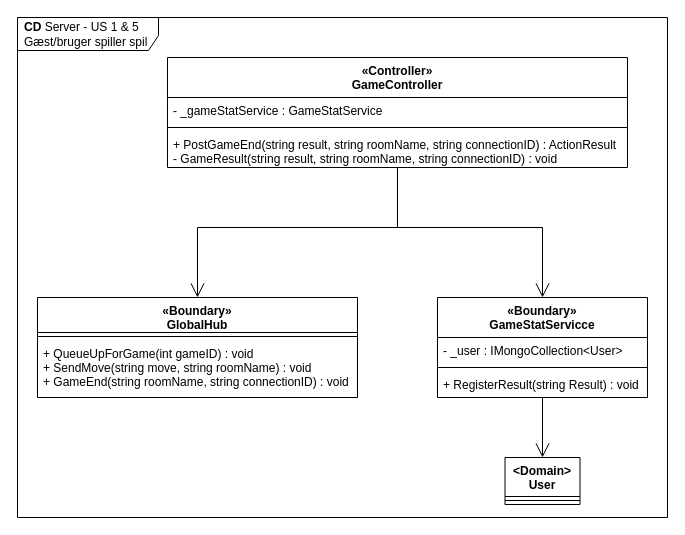
Before: page "CD-Server" (3 of 3) of diagrams/arkitektur/US1&5_spil.drawio in Macradon/I7BAC-PlugNPlay, a draw.io diagram. Source tidied: cells renumbered, new cells numbered last; positions are measured from the earlier drawing's top-left corner, leaving out a move shared by most shapes. Both pictures are drawn from the tidied source at 100%, with x=0, y=0 at pixel (17, 17).
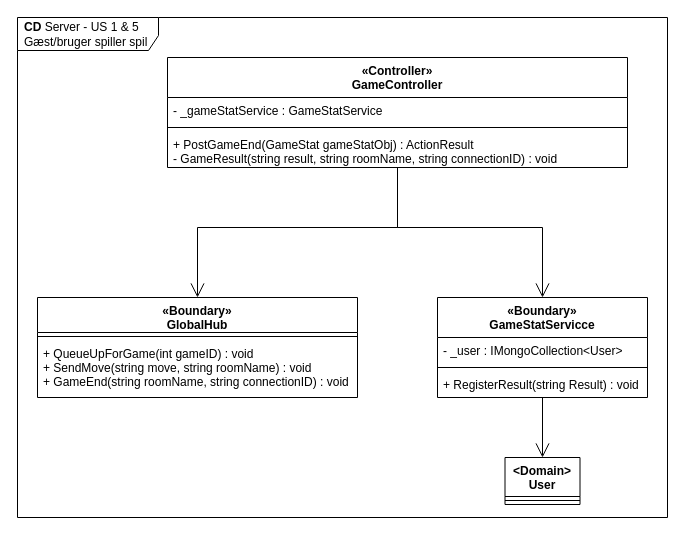
The same diagram, later.

Diff of the diagram source:
```diff
@@
 <mxGraphModel>
   <root>
     <mxCell id="0" />
     <mxCell id="1" parent="0" />
     <mxCell id="2" value="&lt;b&gt;CD&lt;/b&gt;&amp;nbsp;Server - US 1 &amp;amp; 5&lt;br&gt;Gæst/bruger spiller spil" style="shape=umlFrame;whiteSpace=wrap;html=1;width=141;height=33;boundedLbl=1;verticalAlign=middle;align=left;spacingLeft=5;" parent="1" vertex="1">
       <mxGeometry width="650" height="500" as="geometry" />
     </mxCell>
     <mxCell id="3" value="«Boundary»&#10;GlobalHub" style="swimlane;fontStyle=1;align=center;verticalAlign=top;horizontal=1;startSize=35;" parent="1" vertex="1">
       <mxGeometry x="20" y="280" width="320" height="100" as="geometry" />
     </mxCell>
     <mxCell id="4" style="line;strokeWidth=1;fillColor=none;align=left;verticalAlign=middle;spacingTop=-1;spacingLeft=3;spacingRight=3;labelPosition=right;" parent="3" vertex="1">
       <mxGeometry y="35" width="320" height="8" as="geometry" />
     </mxCell>
     <mxCell id="5" value="+ QueueUpForGame(int gameID) : void&#10;+ SendMove(string move, string roomName) : void&#10;+ GameEnd(string roomName, string connectionID) : void" style="text;strokeColor=none;fillColor=none;align=left;verticalAlign=top;spacingLeft=4;spacingRight=4;overflow=hidden;" parent="3" vertex="1">
       <mxGeometry y="43" width="320" height="57" as="geometry" />
     </mxCell>
     <mxCell id="6" style="edgeStyle=orthogonalEdgeStyle;rounded=0;jettySize=auto;html=1;endArrow=open;endFill=0;endSize=12;" parent="1" edge="1" source="8" target="3">
       <mxGeometry relative="1" as="geometry" />
     </mxCell>
     <mxCell id="7" style="edgeStyle=orthogonalEdgeStyle;rounded=0;jettySize=auto;html=1;endArrow=open;endFill=0;endSize=12;" parent="1" edge="1" source="8" target="13">
       <mxGeometry relative="1" as="geometry" />
     </mxCell>
     <mxCell id="8" value="«Controller»&#10;GameController" style="swimlane;fontStyle=1;align=center;verticalAlign=top;horizontal=1;startSize=40;" parent="1" vertex="1">
       <mxGeometry x="150" y="40" width="460" height="110" as="geometry" />
     </mxCell>
     <mxCell id="9" value="- _gameStatService : GameStatService" style="text;strokeColor=none;fillColor=none;align=left;verticalAlign=top;spacingLeft=4;spacingRight=4;overflow=hidden;" parent="8" vertex="1">
       <mxGeometry y="40" width="460" height="26" as="geometry" />
     </mxCell>
     <mxCell id="10" style="line;strokeWidth=1;fillColor=none;align=left;verticalAlign=middle;spacingTop=-1;spacingLeft=3;spacingRight=3;labelPosition=right;" parent="8" vertex="1">
       <mxGeometry y="66" width="460" height="8" as="geometry" />
     </mxCell>
-    <mxCell id="11" value="+ PostGameEnd(string result, string roomName, string connectionID) : ActionResult&#10;- GameResult(string result, string roomName, string connectionID) : void" style="text;strokeColor=none;fillColor=none;align=left;verticalAlign=top;spacingLeft=4;spacingRight=4;overflow=hidden;" parent="8" vertex="1">
+    <mxCell id="11" value="+ PostGameEnd(GameStat gameStatObj) : ActionResult&#10;- GameResult(string result, string roomName, string connectionID) : void" style="text;strokeColor=none;fillColor=none;align=left;verticalAlign=top;spacingLeft=4;spacingRight=4;overflow=hidden;" parent="8" vertex="1">
       <mxGeometry y="74" width="460" height="36" as="geometry" />
     </mxCell>
     <mxCell id="12" style="edgeStyle=orthogonalEdgeStyle;rounded=0;jettySize=auto;html=1;endArrow=open;endFill=0;endSize=12;" parent="1" edge="1" source="13" target="17">
       <mxGeometry relative="1" as="geometry" />
     </mxCell>
     <mxCell id="13" value="«Boundary»&#10;GameStatServicce" style="swimlane;fontStyle=1;align=center;verticalAlign=top;horizontal=1;startSize=40;" parent="1" vertex="1">
       <mxGeometry x="420" y="280" width="210" height="100" as="geometry" />
     </mxCell>
     <mxCell id="14" value="- _user : IMongoCollection&lt;User&gt;" style="text;strokeColor=none;fillColor=none;align=left;verticalAlign=top;spacingLeft=4;spacingRight=4;overflow=hidden;" parent="13" vertex="1">
       <mxGeometry y="40" width="210" height="26" as="geometry" />
     </mxCell>
     <mxCell id="15" style="line;strokeWidth=1;fillColor=none;align=left;verticalAlign=middle;spacingTop=-1;spacingLeft=3;spacingRight=3;labelPosition=right;" parent="13" vertex="1">
       <mxGeometry y="66" width="210" height="8" as="geometry" />
     </mxCell>
     <mxCell id="16" value="+ RegisterResult(string Result) : void" style="text;strokeColor=none;fillColor=none;align=left;verticalAlign=top;spacingLeft=4;spacingRight=4;overflow=hidden;" parent="13" vertex="1">
       <mxGeometry y="74" width="210" height="26" as="geometry" />
     </mxCell>
     <mxCell id="17" value="&lt;Domain&gt;&#10;User" style="swimlane;fontStyle=1;align=center;verticalAlign=top;horizontal=1;startSize=39;" parent="1" vertex="1">
       <mxGeometry x="487.5" y="440" width="75" height="47" as="geometry" />
     </mxCell>
     <mxCell id="18" style="line;strokeWidth=1;fillColor=none;align=left;verticalAlign=middle;spacingTop=-1;spacingLeft=3;spacingRight=3;labelPosition=right;" parent="17" vertex="1">
       <mxGeometry y="39" width="75" height="8" as="geometry" />
     </mxCell>
   </root>
 </mxGraphModel>
```
